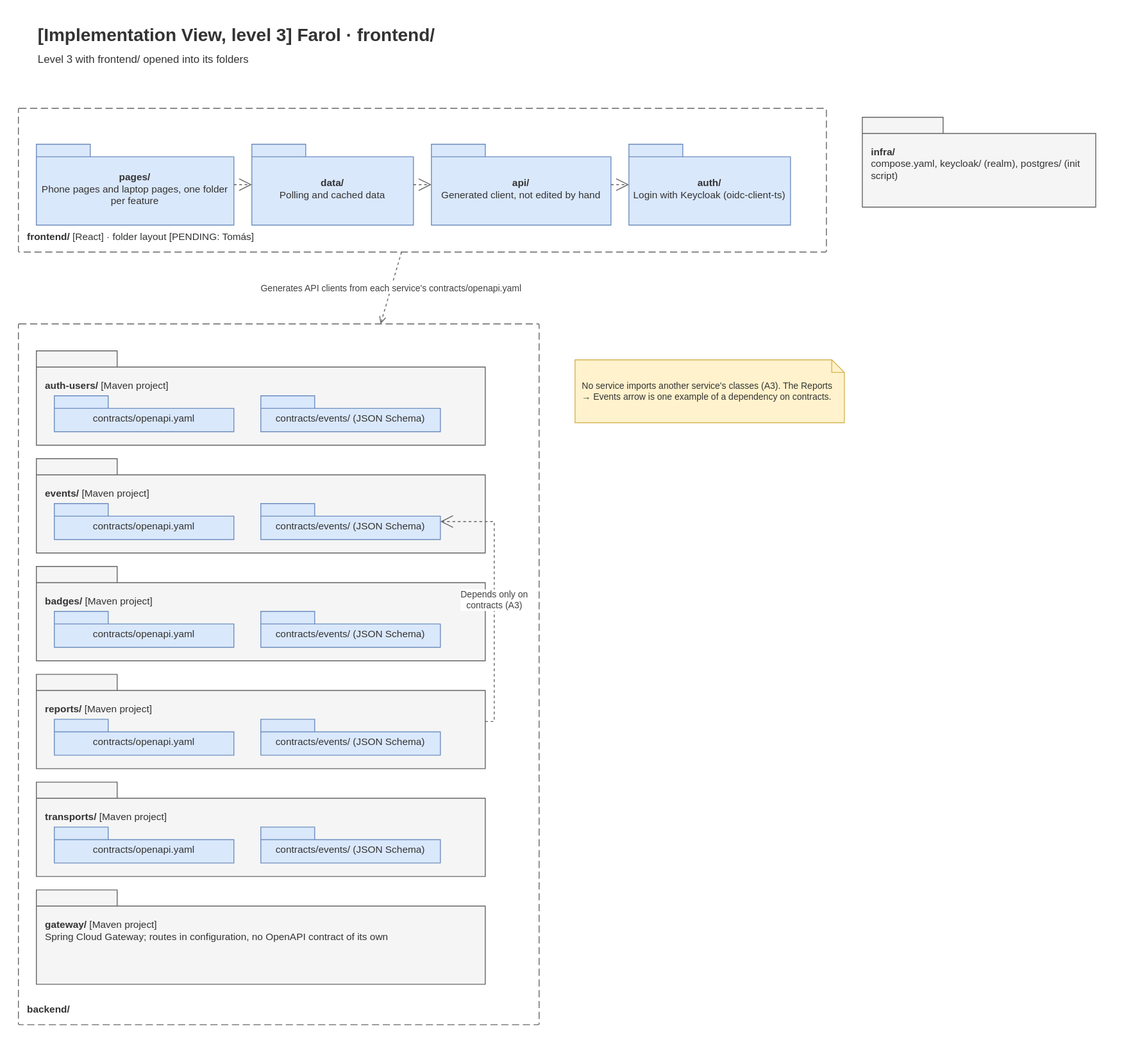
Above: Docs/Technical/diagrams/implementation-view-level-3-web.drawio.svg in tomasoliveira21/LABDSOF (draw.io), before the change. Source tidied: cells renumbered, new cells last; positions are measured from the earlier drawing's top-left corner, leaving out a move shared by most shapes. Source of this version:
```xml
<mxGraphModel>
  <root>
    <mxCell id="0" />
    <mxCell id="1" parent="0" />
    <mxCell id="2" value="&lt;b&gt;[Implementation View, level 3] Farol · frontend/&lt;/b&gt;&lt;br&gt;&lt;font style=&quot;font-size:12px&quot;&gt;Level 3 with frontend/ opened into its folders&lt;/font&gt;" style="text;html=1;align=left;verticalAlign=top;fontSize=20;fontColor=#333333;" parent="1" vertex="1">
      <mxGeometry x="20" width="1000" height="60" as="geometry" />
    </mxCell>
    <mxCell id="3" value="&lt;b&gt;backend/&lt;/b&gt;" style="rounded=1;arcSize=2;absoluteArcSize=1;whiteSpace=wrap;html=1;dashed=1;dashPattern=8 4;fillColor=none;strokeColor=#666666;fontColor=#333333;align=left;verticalAlign=bottom;spacing=10;fontSize=11;" parent="1" vertex="1">
      <mxGeometry y="340" width="580" height="780" as="geometry" />
    </mxCell>
    <mxCell id="4" value="&lt;b&gt;auth-users/&lt;/b&gt; [Maven project]" style="shape=folder;tabWidth=90;tabHeight=18;tabPosition=left;whiteSpace=wrap;html=1;fillColor=#f5f5f5;strokeColor=#666666;fontColor=#333333;verticalAlign=top;align=left;spacing=10;spacingTop=18;fontSize=11;" parent="1" vertex="1">
      <mxGeometry x="20" y="370" width="500" height="105" as="geometry" />
    </mxCell>
    <mxCell id="5" value="contracts/openapi.yaml" style="shape=folder;tabWidth=60;tabHeight=14;tabPosition=left;whiteSpace=wrap;html=1;fillColor=#dae8fc;strokeColor=#6c8ebf;fontColor=#333333;fontSize=11;spacingTop=10;" parent="1" vertex="1">
      <mxGeometry x="40" y="420" width="200" height="40" as="geometry" />
    </mxCell>
    <mxCell id="6" value="contracts/events/ (JSON Schema)" style="shape=folder;tabWidth=60;tabHeight=14;tabPosition=left;whiteSpace=wrap;html=1;fillColor=#dae8fc;strokeColor=#6c8ebf;fontColor=#333333;fontSize=11;spacingTop=10;" parent="1" vertex="1">
      <mxGeometry x="270" y="420" width="200" height="40" as="geometry" />
    </mxCell>
    <mxCell id="7" value="&lt;b&gt;events/&lt;/b&gt; [Maven project]" style="shape=folder;tabWidth=90;tabHeight=18;tabPosition=left;whiteSpace=wrap;html=1;fillColor=#f5f5f5;strokeColor=#666666;fontColor=#333333;verticalAlign=top;align=left;spacing=10;spacingTop=18;fontSize=11;" parent="1" vertex="1">
      <mxGeometry x="20" y="490" width="500" height="105" as="geometry" />
    </mxCell>
    <mxCell id="8" value="contracts/openapi.yaml" style="shape=folder;tabWidth=60;tabHeight=14;tabPosition=left;whiteSpace=wrap;html=1;fillColor=#dae8fc;strokeColor=#6c8ebf;fontColor=#333333;fontSize=11;spacingTop=10;" parent="1" vertex="1">
      <mxGeometry x="40" y="540" width="200" height="40" as="geometry" />
    </mxCell>
    <mxCell id="9" value="contracts/events/ (JSON Schema)" style="shape=folder;tabWidth=60;tabHeight=14;tabPosition=left;whiteSpace=wrap;html=1;fillColor=#dae8fc;strokeColor=#6c8ebf;fontColor=#333333;fontSize=11;spacingTop=10;" parent="1" vertex="1">
      <mxGeometry x="270" y="540" width="200" height="40" as="geometry" />
    </mxCell>
    <mxCell id="10" value="&lt;b&gt;badges/&lt;/b&gt; [Maven project]" style="shape=folder;tabWidth=90;tabHeight=18;tabPosition=left;whiteSpace=wrap;html=1;fillColor=#f5f5f5;strokeColor=#666666;fontColor=#333333;verticalAlign=top;align=left;spacing=10;spacingTop=18;fontSize=11;" parent="1" vertex="1">
      <mxGeometry x="20" y="610" width="500" height="105" as="geometry" />
    </mxCell>
    <mxCell id="11" value="contracts/openapi.yaml" style="shape=folder;tabWidth=60;tabHeight=14;tabPosition=left;whiteSpace=wrap;html=1;fillColor=#dae8fc;strokeColor=#6c8ebf;fontColor=#333333;fontSize=11;spacingTop=10;" parent="1" vertex="1">
      <mxGeometry x="40" y="660" width="200" height="40" as="geometry" />
    </mxCell>
    <mxCell id="12" value="contracts/events/ (JSON Schema)" style="shape=folder;tabWidth=60;tabHeight=14;tabPosition=left;whiteSpace=wrap;html=1;fillColor=#dae8fc;strokeColor=#6c8ebf;fontColor=#333333;fontSize=11;spacingTop=10;" parent="1" vertex="1">
      <mxGeometry x="270" y="660" width="200" height="40" as="geometry" />
    </mxCell>
    <mxCell id="13" value="&lt;b&gt;reports/&lt;/b&gt; [Maven project]" style="shape=folder;tabWidth=90;tabHeight=18;tabPosition=left;whiteSpace=wrap;html=1;fillColor=#f5f5f5;strokeColor=#666666;fontColor=#333333;verticalAlign=top;align=left;spacing=10;spacingTop=18;fontSize=11;" parent="1" vertex="1">
      <mxGeometry x="20" y="730" width="500" height="105" as="geometry" />
    </mxCell>
    <mxCell id="14" value="contracts/openapi.yaml" style="shape=folder;tabWidth=60;tabHeight=14;tabPosition=left;whiteSpace=wrap;html=1;fillColor=#dae8fc;strokeColor=#6c8ebf;fontColor=#333333;fontSize=11;spacingTop=10;" parent="1" vertex="1">
      <mxGeometry x="40" y="780" width="200" height="40" as="geometry" />
    </mxCell>
    <mxCell id="15" value="contracts/events/ (JSON Schema)" style="shape=folder;tabWidth=60;tabHeight=14;tabPosition=left;whiteSpace=wrap;html=1;fillColor=#dae8fc;strokeColor=#6c8ebf;fontColor=#333333;fontSize=11;spacingTop=10;" parent="1" vertex="1">
      <mxGeometry x="270" y="780" width="200" height="40" as="geometry" />
    </mxCell>
    <mxCell id="16" value="&lt;b&gt;transports/&lt;/b&gt; [Maven project]" style="shape=folder;tabWidth=90;tabHeight=18;tabPosition=left;whiteSpace=wrap;html=1;fillColor=#f5f5f5;strokeColor=#666666;fontColor=#333333;verticalAlign=top;align=left;spacing=10;spacingTop=18;fontSize=11;" parent="1" vertex="1">
      <mxGeometry x="20" y="850" width="500" height="105" as="geometry" />
    </mxCell>
    <mxCell id="17" value="contracts/openapi.yaml" style="shape=folder;tabWidth=60;tabHeight=14;tabPosition=left;whiteSpace=wrap;html=1;fillColor=#dae8fc;strokeColor=#6c8ebf;fontColor=#333333;fontSize=11;spacingTop=10;" parent="1" vertex="1">
      <mxGeometry x="40" y="900" width="200" height="40" as="geometry" />
    </mxCell>
    <mxCell id="18" value="contracts/events/ (JSON Schema)" style="shape=folder;tabWidth=60;tabHeight=14;tabPosition=left;whiteSpace=wrap;html=1;fillColor=#dae8fc;strokeColor=#6c8ebf;fontColor=#333333;fontSize=11;spacingTop=10;" parent="1" vertex="1">
      <mxGeometry x="270" y="900" width="200" height="40" as="geometry" />
    </mxCell>
    <mxCell id="19" value="Depends only on&lt;br&gt;contracts (A3)" style="endArrow=open;dashed=1;html=1;fontSize=10;fontColor=#404040;strokeColor=#666666;endSize=12;rounded=0;labelBackgroundColor=#ffffff;edgeStyle=orthogonalEdgeStyle;exitX=1;exitY=0.5;exitDx=0;exitDy=0;entryX=1;entryY=0.5;entryDx=0;entryDy=0;" parent="1" edge="1" source="13" target="9">
      <mxGeometry relative="1" as="geometry" />
    </mxCell>
    <mxCell id="20" value="No service imports another service's classes (A3). The Reports → Events arrow is one example of a dependency on contracts." style="shape=note;size=14;whiteSpace=wrap;html=1;fillColor=#fff2cc;strokeColor=#d6b656;fontColor=#333333;align=left;spacing=8;fontSize=10;" parent="1" vertex="1">
      <mxGeometry x="620" y="380" width="300" height="70" as="geometry" />
    </mxCell>
    <mxCell id="21" value="&lt;b&gt;infra/&lt;/b&gt;&lt;br&gt;compose.yaml, keycloak/ (realm), postgres/ (init script)" style="shape=folder;tabWidth=90;tabHeight=18;tabPosition=left;whiteSpace=wrap;html=1;fillColor=#f5f5f5;strokeColor=#666666;fontColor=#333333;verticalAlign=top;align=left;spacing=10;spacingTop=18;fontSize=11;" parent="1" vertex="1">
      <mxGeometry x="940" y="110" width="260" height="100" as="geometry" />
    </mxCell>
    <mxCell id="22" value="&lt;b&gt;frontend/&lt;/b&gt; [React] · folder layout [PENDING: Tomás]" style="rounded=1;arcSize=2;absoluteArcSize=1;whiteSpace=wrap;html=1;dashed=1;dashPattern=8 4;fillColor=none;strokeColor=#666666;fontColor=#333333;align=left;verticalAlign=bottom;spacing=10;fontSize=11;" parent="1" vertex="1">
      <mxGeometry y="100" width="900" height="160" as="geometry" />
    </mxCell>
    <mxCell id="23" value="Generates API clients from each service's contracts/openapi.yaml" style="endArrow=open;html=1;dashed=1;fontSize=10;fontColor=#404040;strokeColor=#666666;rounded=0;labelBackgroundColor=#ffffff;" parent="1" edge="1" source="22" target="3">
      <mxGeometry relative="1" as="geometry" />
    </mxCell>
    <mxCell id="24" value="&lt;b&gt;gateway/&lt;/b&gt; [Maven project]&lt;br&gt;Spring Cloud Gateway; routes in configuration, no OpenAPI contract of its own" style="shape=folder;tabWidth=90;tabHeight=18;tabPosition=left;whiteSpace=wrap;html=1;fillColor=#f5f5f5;strokeColor=#666666;fontColor=#333333;verticalAlign=top;align=left;spacing=10;spacingTop=18;fontSize=11;" parent="1" vertex="1">
      <mxGeometry x="20" y="970" width="500" height="105" as="geometry" />
    </mxCell>
    <mxCell id="25" value="&lt;b&gt;pages/&lt;/b&gt;&lt;br&gt;Phone pages and laptop pages, one folder per feature" style="shape=folder;tabWidth=60;tabHeight=14;tabPosition=left;whiteSpace=wrap;html=1;fillColor=#dae8fc;strokeColor=#6c8ebf;fontColor=#333333;fontSize=11;spacingTop=10;" parent="1" vertex="1">
      <mxGeometry x="20" y="140" width="220" height="90" as="geometry" />
    </mxCell>
    <mxCell id="26" value="&lt;b&gt;data/&lt;/b&gt;&lt;br&gt;Polling and cached data" style="shape=folder;tabWidth=60;tabHeight=14;tabPosition=left;whiteSpace=wrap;html=1;fillColor=#dae8fc;strokeColor=#6c8ebf;fontColor=#333333;fontSize=11;spacingTop=10;" parent="1" vertex="1">
      <mxGeometry x="260" y="140" width="180" height="90" as="geometry" />
    </mxCell>
    <mxCell id="27" value="&lt;b&gt;api/&lt;/b&gt;&lt;br&gt;Generated client, not edited by hand" style="shape=folder;tabWidth=60;tabHeight=14;tabPosition=left;whiteSpace=wrap;html=1;fillColor=#dae8fc;strokeColor=#6c8ebf;fontColor=#333333;fontSize=11;spacingTop=10;" parent="1" vertex="1">
      <mxGeometry x="460" y="140" width="200" height="90" as="geometry" />
    </mxCell>
    <mxCell id="28" value="&lt;b&gt;auth/&lt;/b&gt;&lt;br&gt;Login with Keycloak (oidc-client-ts)" style="shape=folder;tabWidth=60;tabHeight=14;tabPosition=left;whiteSpace=wrap;html=1;fillColor=#dae8fc;strokeColor=#6c8ebf;fontColor=#333333;fontSize=11;spacingTop=10;" parent="1" vertex="1">
      <mxGeometry x="680" y="140" width="180" height="90" as="geometry" />
    </mxCell>
    <mxCell id="29" style="endArrow=open;dashed=1;html=1;fontSize=10;fontColor=#404040;strokeColor=#666666;endSize=12;rounded=0;labelBackgroundColor=#ffffff;" parent="1" edge="1" source="25" target="26">
      <mxGeometry relative="1" as="geometry" />
    </mxCell>
    <mxCell id="30" style="endArrow=open;dashed=1;html=1;fontSize=10;fontColor=#404040;strokeColor=#666666;endSize=12;rounded=0;labelBackgroundColor=#ffffff;" parent="1" edge="1" source="26" target="27">
      <mxGeometry relative="1" as="geometry" />
    </mxCell>
    <mxCell id="31" style="endArrow=open;dashed=1;html=1;fontSize=10;fontColor=#404040;strokeColor=#666666;endSize=12;rounded=0;labelBackgroundColor=#ffffff;" parent="1" edge="1" source="27" target="28">
      <mxGeometry relative="1" as="geometry" />
    </mxCell>
  </root>
</mxGraphModel>
```
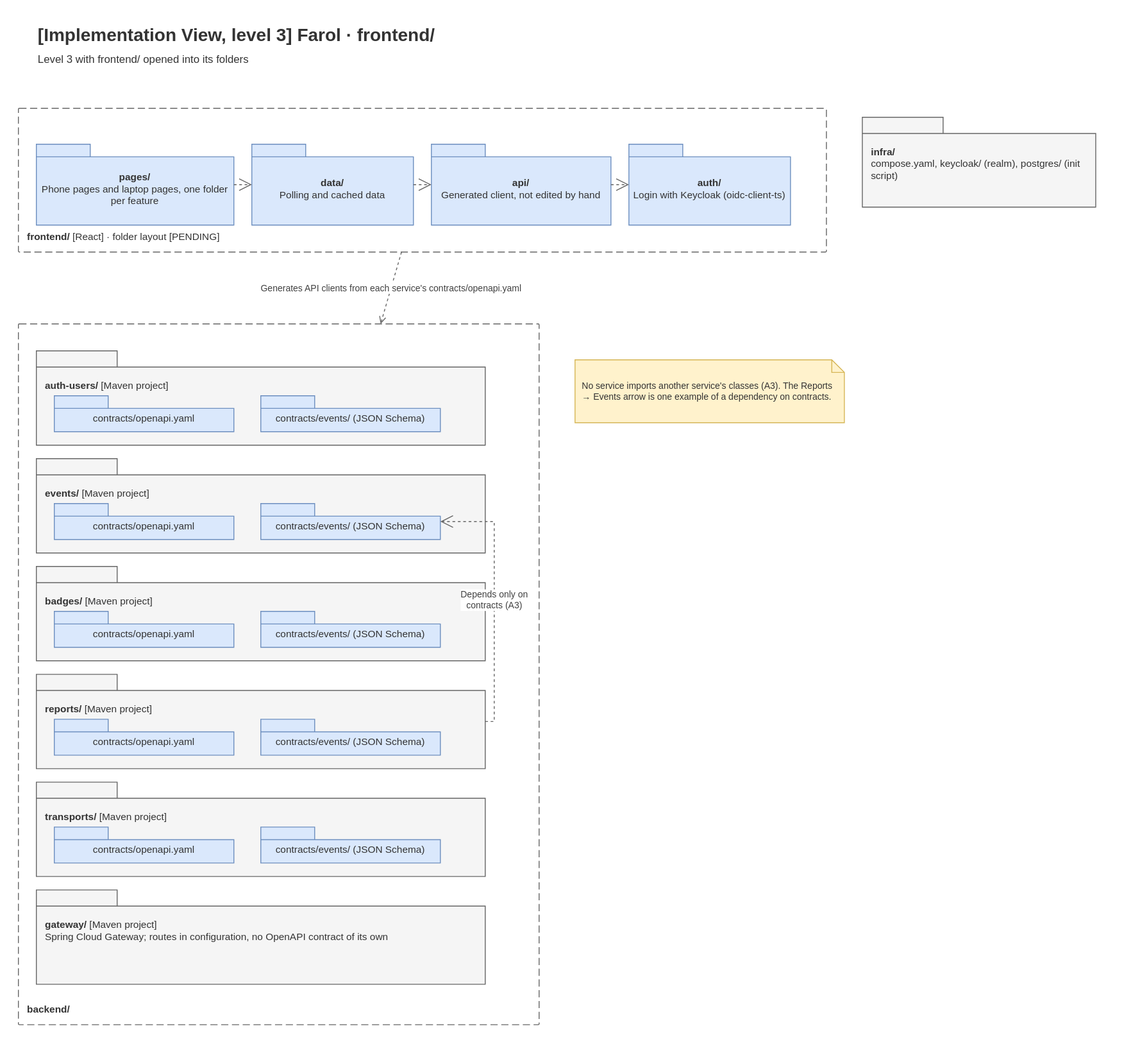
Above is the later version.

Change to the diagram source:
```diff
@@ -62,7 +62,7 @@
     <mxCell id="21" value="&lt;b&gt;infra/&lt;/b&gt;&lt;br&gt;compose.yaml, keycloak/ (realm), postgres/ (init script)" style="shape=folder;tabWidth=90;tabHeight=18;tabPosition=left;whiteSpace=wrap;html=1;fillColor=#f5f5f5;strokeColor=#666666;fontColor=#333333;verticalAlign=top;align=left;spacing=10;spacingTop=18;fontSize=11;" parent="1" vertex="1">
       <mxGeometry x="940" y="110" width="260" height="100" as="geometry" />
     </mxCell>
-    <mxCell id="22" value="&lt;b&gt;frontend/&lt;/b&gt; [React] · folder layout [PENDING: Tomás]" style="rounded=1;arcSize=2;absoluteArcSize=1;whiteSpace=wrap;html=1;dashed=1;dashPattern=8 4;fillColor=none;strokeColor=#666666;fontColor=#333333;align=left;verticalAlign=bottom;spacing=10;fontSize=11;" parent="1" vertex="1">
+    <mxCell id="22" value="&lt;b&gt;frontend/&lt;/b&gt; [React] · folder layout [PENDING]" style="rounded=1;arcSize=2;absoluteArcSize=1;whiteSpace=wrap;html=1;dashed=1;dashPattern=8 4;fillColor=none;strokeColor=#666666;fontColor=#333333;align=left;verticalAlign=bottom;spacing=10;fontSize=11;" parent="1" vertex="1">
       <mxGeometry y="100" width="900" height="160" as="geometry" />
     </mxCell>
     <mxCell id="23" value="Generates API clients from each service's contracts/openapi.yaml" style="endArrow=open;html=1;dashed=1;fontSize=10;fontColor=#404040;strokeColor=#666666;rounded=0;labelBackgroundColor=#ffffff;" parent="1" edge="1" source="22" target="3">
```
